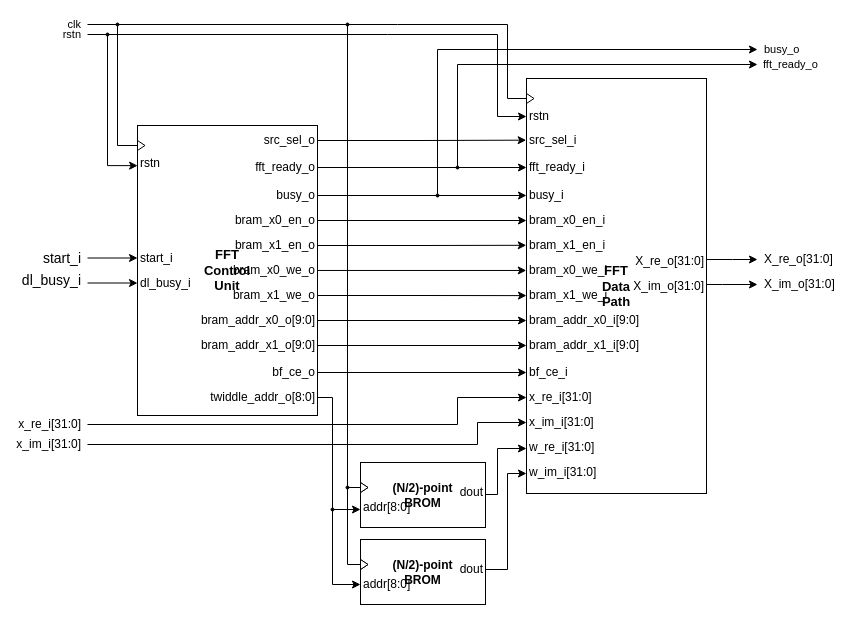
Above: 01_doc/03_drawings/01_design/fft/fft_architecture.drawio in Diogofernandes5/mthesis (draw.io), before the change. Source tidied: cells renumbered, new cells numbered last; positions are measured from the earlier drawing's top-left corner, leaving out a move shared by most shapes. Both pictures are drawn from the tidied source at 100%, with x=0, y=0 at pixel (87, 24).
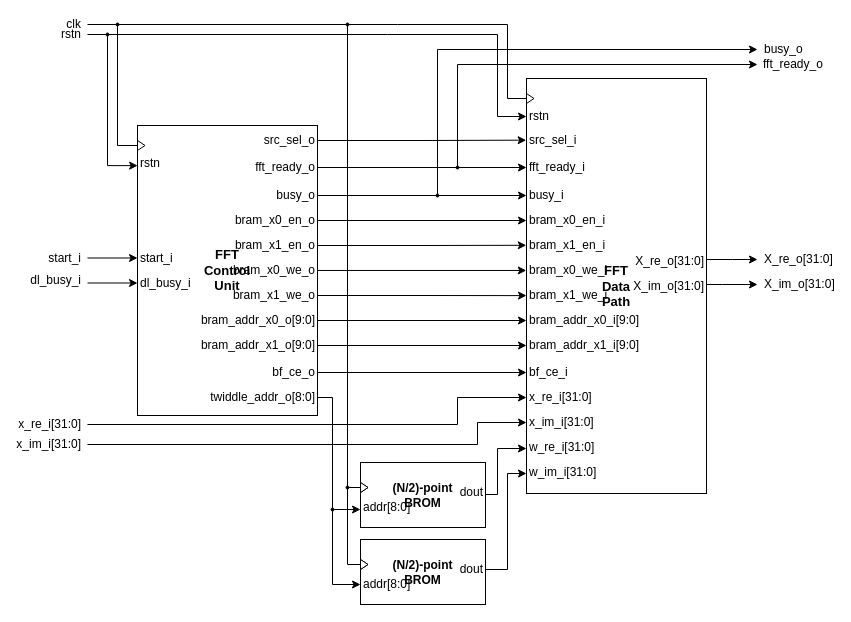
Above is the later version.

The change refers to these unchanged cells:
```xml
<mxCell id="8" value="start_i" style="text;html=1;align=left;verticalAlign=middle;points=[];strokeColor=none;fillColor=none;spacing=0;fontFamily=NewsGotT;spacingLeft=3;spacingRight=-10;spacingBottom=-2;spacingTop=-2;" parent="1" vertex="1">
  <mxGeometry x="50" y="223.5" width="35" height="20" as="geometry" />
</mxCell>
<mxCell id="10" value="dl_busy_i" style="text;html=1;align=left;verticalAlign=middle;points=[];strokeColor=none;fillColor=none;spacing=0;fontFamily=NewsGotT;spacingLeft=3;spacingRight=-10;spacingBottom=-2;spacingTop=-2;" parent="1" vertex="1">
  <mxGeometry x="50" y="248.5" width="50" height="20" as="geometry" />
</mxCell>
```

The edit, as a diff of the source:
```diff
@@
-    <mxCell id="2" value="clk" style="endArrow=none;html=1;rounded=0;align=right;fontFamily=NewsGotT;" parent="1" edge="1">
+    <mxCell id="2" value="clk" style="endArrow=none;html=1;rounded=0;align=right;fontFamily=NewsGotT;fontSize=12;" parent="1" edge="1">
       <mxGeometry x="-1" y="-5" relative="1" as="geometry">
         <mxPoint as="sourcePoint" />
         <mxPoint x="310" as="targetPoint" />
         <mxPoint x="-5" y="-5" as="offset" />
       </mxGeometry>
     </mxCell>
-    <mxCell id="3" value="rstn" style="endArrow=none;html=1;rounded=0;align=right;labelBackgroundColor=none;fontFamily=NewsGotT;" parent="1" edge="1">
+    <mxCell id="3" value="rstn" style="endArrow=none;html=1;rounded=0;align=right;labelBackgroundColor=none;fontFamily=NewsGotT;fontSize=12;" parent="1" edge="1">
       <mxGeometry x="-1" y="-5" relative="1" as="geometry">
         <mxPoint y="10" as="sourcePoint" />
         <mxPoint x="300" y="10" as="targetPoint" />
         <mxPoint x="-5" y="-5" as="offset" />
       </mxGeometry>
     </mxCell>
@@
-    <mxCell id="7" value="start_i" style="edgeStyle=orthogonalEdgeStyle;shape=connector;rounded=0;jettySize=auto;html=1;strokeColor=default;align=right;verticalAlign=middle;fontFamily=NewsGotT;fontSize=14;fontColor=default;fontStyle=0;labelBackgroundColor=default;endArrow=classic;" parent="1" edge="1" target="8">
+    <mxCell id="7" value="start_i" style="edgeStyle=orthogonalEdgeStyle;shape=connector;rounded=0;jettySize=auto;html=1;strokeColor=default;align=right;verticalAlign=middle;fontFamily=NewsGotT;fontSize=12;fontColor=default;fontStyle=0;labelBackgroundColor=default;endArrow=classic;" parent="1" edge="1" target="8">
       <mxGeometry x="-1" y="-5" relative="1" as="geometry">
         <mxPoint y="233.5" as="sourcePoint" />
         <Array as="points">
           <mxPoint y="234" />
         </Array>
         <mxPoint x="-5" y="-5" as="offset" />
       </mxGeometry>
     </mxCell>
@@
-    <mxCell id="9" value="dl_busy_i" style="edgeStyle=orthogonalEdgeStyle;shape=connector;rounded=0;jettySize=auto;html=1;strokeColor=default;align=right;verticalAlign=middle;fontFamily=NewsGotT;fontSize=14;fontColor=default;fontStyle=0;labelBackgroundColor=default;endArrow=classic;" parent="1" edge="1" target="10">
+    <mxCell id="9" value="dl_busy_i" style="edgeStyle=orthogonalEdgeStyle;shape=connector;rounded=0;jettySize=auto;html=1;strokeColor=default;align=right;verticalAlign=middle;fontFamily=NewsGotT;fontSize=12;fontColor=default;fontStyle=0;labelBackgroundColor=default;endArrow=classic;" parent="1" edge="1" target="10">
       <mxGeometry x="-1" y="6" relative="1" as="geometry">
         <mxPoint y="258.5" as="sourcePoint" />
         <Array as="points">
           <mxPoint y="259" />
         </Array>
         <mxPoint x="-5" y="3" as="offset" />
       </mxGeometry>
     </mxCell>
@@
-    <mxCell id="58" value="fft_ready_o" style="endArrow=classic;html=1;rounded=0;edgeStyle=orthogonalEdgeStyle;startArrow=oval;startFill=1;startSize=3;endFill=1;align=left;fontFamily=NewsGotT;" parent="1" edge="1">
+    <mxCell id="58" value="fft_ready_o" style="endArrow=classic;html=1;rounded=0;edgeStyle=orthogonalEdgeStyle;startArrow=oval;startFill=1;startSize=3;endFill=1;align=left;fontFamily=NewsGotT;fontSize=12;" parent="1" edge="1">
       <mxGeometry x="1" y="5" relative="1" as="geometry">
         <mxPoint x="370" y="143" as="sourcePoint" />
         <mxPoint x="670" y="40" as="targetPoint" />
         <Array as="points">
           <mxPoint x="370" y="40" />
           <mxPoint x="670" y="40" />
         </Array>
         <mxPoint x="4" y="5" as="offset" />
       </mxGeometry>
     </mxCell>
-    <mxCell id="59" value="busy_o" style="endArrow=classic;html=1;rounded=0;edgeStyle=orthogonalEdgeStyle;startArrow=oval;startFill=1;startSize=3;endFill=1;align=left;fontFamily=NewsGotT;" parent="1" edge="1">
+    <mxCell id="59" value="busy_o" style="endArrow=classic;html=1;rounded=0;edgeStyle=orthogonalEdgeStyle;startArrow=oval;startFill=1;startSize=3;endFill=1;align=left;fontFamily=NewsGotT;fontSize=12;" parent="1" edge="1">
       <mxGeometry x="1" y="5" relative="1" as="geometry">
         <mxPoint x="350" y="171" as="sourcePoint" />
         <mxPoint x="670" y="25" as="targetPoint" />
         <Array as="points">
           <mxPoint x="350" y="25" />
           <mxPoint x="670" y="25" />
         </Array>
         <mxPoint x="5" y="5" as="offset" />
       </mxGeometry>
     </mxCell>
```
